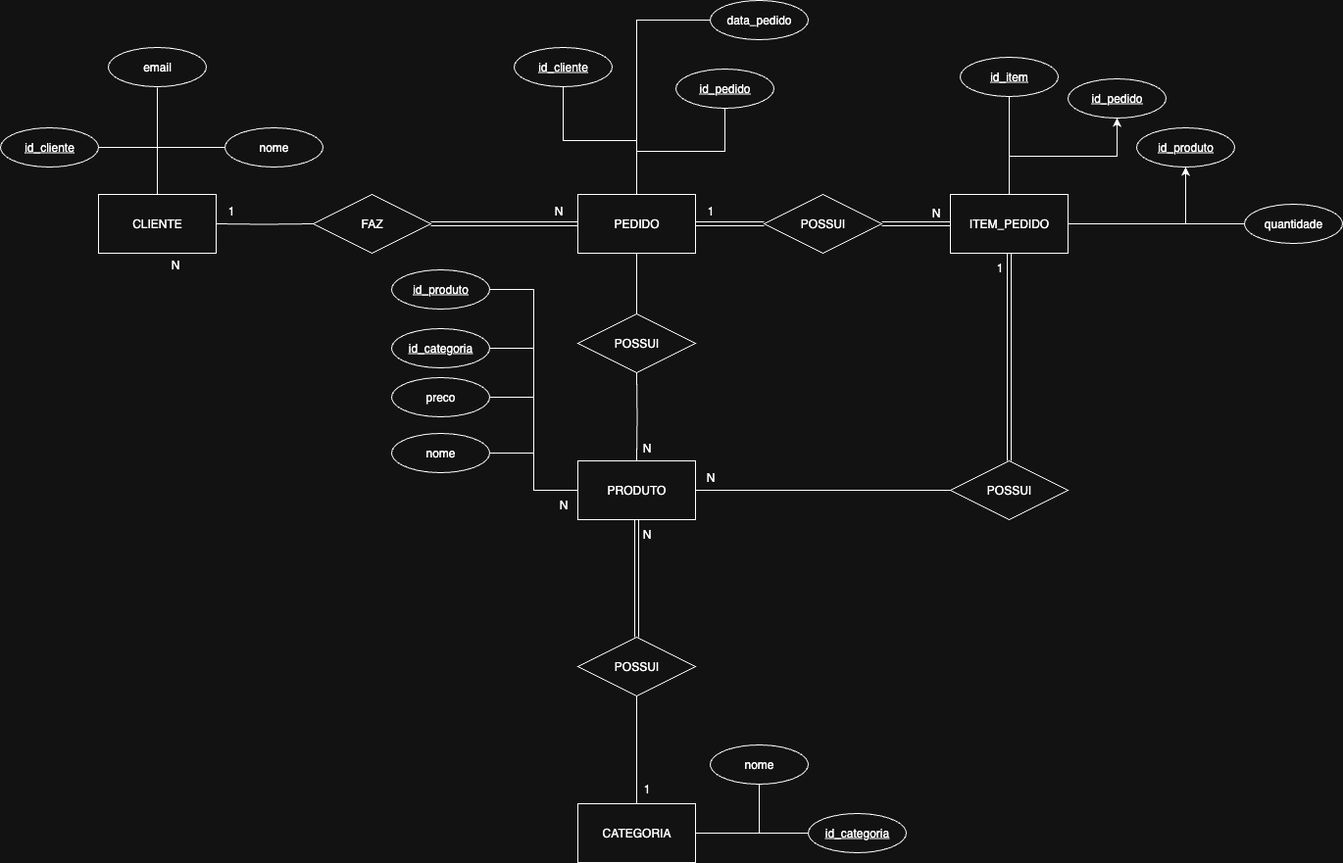
The draw.io diagram mer.png in iJacKP/bd-ristorante, before a commit. Source tidied: cells renumbered, new cells last; positions are measured from the earlier drawing's top-left corner, leaving out a move shared by most shapes. The source it was exported from:
```xml
<mxGraphModel>
  <root>
    <mxCell id="0" />
    <mxCell id="1" parent="0" />
    <mxCell id="2" style="edgeStyle=orthogonalEdgeStyle;rounded=0;jettySize=auto;html=1;entryX=1;entryY=0.5;entryDx=0;entryDy=0;endArrow=none;startFill=0;" parent="1" edge="1" source="4" target="44">
      <mxGeometry relative="1" as="geometry" />
    </mxCell>
    <mxCell id="3" style="edgeStyle=orthogonalEdgeStyle;rounded=0;jettySize=auto;html=1;endArrow=none;startFill=0;entryX=0;entryY=0.5;entryDx=0;entryDy=0;exitX=0.5;exitY=0;exitDx=0;exitDy=0;" parent="1" edge="1" source="4" target="5">
      <mxGeometry relative="1" as="geometry" />
    </mxCell>
    <mxCell id="4" value="CLIENTE" style="rounded=0;whiteSpace=wrap;html=1;" parent="1" vertex="1">
      <mxGeometry x="100" y="198" width="120" height="60" as="geometry" />
    </mxCell>
    <mxCell id="5" value="nome" style="ellipse;whiteSpace=wrap;html=1;align=center;" parent="1" vertex="1">
      <mxGeometry x="229" y="130" width="100" height="40" as="geometry" />
    </mxCell>
    <mxCell id="6" style="edgeStyle=orthogonalEdgeStyle;rounded=0;jettySize=auto;html=1;entryX=0.5;entryY=1;entryDx=0;entryDy=0;exitX=0.5;exitY=0;exitDx=0;exitDy=0;endArrow=none;startFill=0;" parent="1" edge="1" source="9" target="12">
      <mxGeometry relative="1" as="geometry" />
    </mxCell>
    <mxCell id="7" style="edgeStyle=orthogonalEdgeStyle;rounded=0;jettySize=auto;html=1;entryX=0;entryY=0.5;entryDx=0;entryDy=0;exitX=0.5;exitY=0;exitDx=0;exitDy=0;endArrow=none;startFill=0;" parent="1" edge="1" source="9" target="11">
      <mxGeometry relative="1" as="geometry" />
    </mxCell>
    <mxCell id="8" style="edgeStyle=orthogonalEdgeStyle;rounded=0;jettySize=auto;html=1;entryX=0.5;entryY=1;entryDx=0;entryDy=0;exitX=0.5;exitY=0;exitDx=0;exitDy=0;endArrow=none;startFill=0;" parent="1" edge="1" source="9" target="10">
      <mxGeometry relative="1" as="geometry" />
    </mxCell>
    <mxCell id="9" value="PEDIDO" style="rounded=0;whiteSpace=wrap;html=1;" parent="1" vertex="1">
      <mxGeometry x="589" y="198" width="120" height="60" as="geometry" />
    </mxCell>
    <mxCell id="10" value="&lt;u&gt;id_cliente&lt;/u&gt;" style="ellipse;whiteSpace=wrap;html=1;align=center;" parent="1" vertex="1">
      <mxGeometry x="524" y="48" width="100" height="40" as="geometry" />
    </mxCell>
    <mxCell id="11" value="data_pedido" style="ellipse;whiteSpace=wrap;html=1;align=center;" parent="1" vertex="1">
      <mxGeometry x="724" width="100" height="40" as="geometry" />
    </mxCell>
    <mxCell id="12" value="&lt;u&gt;id_pedido&lt;/u&gt;" style="ellipse;whiteSpace=wrap;html=1;align=center;" parent="1" vertex="1">
      <mxGeometry x="689" y="70" width="100" height="40" as="geometry" />
    </mxCell>
    <mxCell id="13" style="edgeStyle=orthogonalEdgeStyle;rounded=0;jettySize=auto;html=1;entryX=0;entryY=0.5;entryDx=0;entryDy=0;endArrow=none;startFill=0;" parent="1" edge="1" source="16" target="18">
      <mxGeometry relative="1" as="geometry" />
    </mxCell>
    <mxCell id="14" style="edgeStyle=orthogonalEdgeStyle;rounded=0;jettySize=auto;html=1;entryX=0.5;entryY=1;entryDx=0;entryDy=0;endArrow=none;startFill=0;exitX=1;exitY=0.5;exitDx=0;exitDy=0;" parent="1" edge="1" source="16" target="17">
      <mxGeometry relative="1" as="geometry" />
    </mxCell>
    <mxCell id="15" style="edgeStyle=orthogonalEdgeStyle;rounded=0;jettySize=auto;html=1;entryX=0.5;entryY=1;entryDx=0;entryDy=0;endArrow=none;startFill=0;" parent="1" edge="1" source="16" target="33">
      <mxGeometry relative="1" as="geometry" />
    </mxCell>
    <mxCell id="16" value="CATEGORIA" style="rounded=0;whiteSpace=wrap;html=1;" parent="1" vertex="1">
      <mxGeometry x="589" y="820" width="120" height="60" as="geometry" />
    </mxCell>
    <mxCell id="17" value="nome" style="ellipse;whiteSpace=wrap;html=1;align=center;" parent="1" vertex="1">
      <mxGeometry x="724" y="760" width="100" height="40" as="geometry" />
    </mxCell>
    <mxCell id="18" value="&lt;u&gt;id_categoria&lt;/u&gt;" style="ellipse;whiteSpace=wrap;html=1;align=center;" parent="1" vertex="1">
      <mxGeometry x="824" y="830" width="100" height="40" as="geometry" />
    </mxCell>
    <mxCell id="19" style="edgeStyle=orthogonalEdgeStyle;rounded=0;jettySize=auto;html=1;entryX=1;entryY=0.5;entryDx=0;entryDy=0;endArrow=none;startFill=0;" parent="1" edge="1" source="22" target="24">
      <mxGeometry relative="1" as="geometry" />
    </mxCell>
    <mxCell id="20" style="edgeStyle=orthogonalEdgeStyle;rounded=0;jettySize=auto;html=1;entryX=1;entryY=0.5;entryDx=0;entryDy=0;endArrow=none;startFill=0;" parent="1" edge="1" source="22" target="23">
      <mxGeometry relative="1" as="geometry" />
    </mxCell>
    <mxCell id="21" style="edgeStyle=orthogonalEdgeStyle;rounded=0;jettySize=auto;html=1;entryX=1;entryY=0.5;entryDx=0;entryDy=0;endArrow=none;startFill=0;" parent="1" edge="1" source="22" target="25">
      <mxGeometry relative="1" as="geometry" />
    </mxCell>
    <mxCell id="22" value="PRODUTO" style="rounded=0;whiteSpace=wrap;html=1;" parent="1" vertex="1">
      <mxGeometry x="589" y="470" width="120" height="60" as="geometry" />
    </mxCell>
    <mxCell id="23" value="&lt;u style=&quot;caret-color: rgba(0, 0, 0, 0);&quot;&gt;id_categoria&lt;/u&gt;" style="ellipse;whiteSpace=wrap;html=1;align=center;" parent="1" vertex="1">
      <mxGeometry x="399" y="335" width="100" height="40" as="geometry" />
    </mxCell>
    <mxCell id="24" value="&lt;u&gt;id_produto&lt;/u&gt;" style="ellipse;whiteSpace=wrap;html=1;align=center;" parent="1" vertex="1">
      <mxGeometry x="399" y="275" width="100" height="40" as="geometry" />
    </mxCell>
    <mxCell id="25" value="preco" style="ellipse;whiteSpace=wrap;html=1;align=center;" parent="1" vertex="1">
      <mxGeometry x="399" y="385" width="100" height="40" as="geometry" />
    </mxCell>
    <mxCell id="26" style="edgeStyle=orthogonalEdgeStyle;rounded=0;jettySize=auto;html=1;entryX=0;entryY=0.5;entryDx=0;entryDy=0;endArrow=none;startFill=0;exitX=1;exitY=0.5;exitDx=0;exitDy=0;" parent="1" edge="1" source="30" target="32">
      <mxGeometry relative="1" as="geometry" />
    </mxCell>
    <mxCell id="27" style="edgeStyle=orthogonalEdgeStyle;rounded=0;jettySize=auto;html=1;entryX=0.5;entryY=1;entryDx=0;entryDy=0;endArrow=none;startFill=0;" parent="1" edge="1" source="30" target="31">
      <mxGeometry relative="1" as="geometry" />
    </mxCell>
    <mxCell id="28" style="edgeStyle=orthogonalEdgeStyle;rounded=0;jettySize=auto;html=1;entryX=0.5;entryY=1;entryDx=0;entryDy=0;" parent="1" edge="1" source="30" target="51">
      <mxGeometry relative="1" as="geometry" />
    </mxCell>
    <mxCell id="29" style="edgeStyle=orthogonalEdgeStyle;rounded=0;jettySize=auto;html=1;entryX=0.5;entryY=1;entryDx=0;entryDy=0;" parent="1" edge="1" source="30" target="52">
      <mxGeometry relative="1" as="geometry" />
    </mxCell>
    <mxCell id="30" value="ITEM_PEDIDO" style="rounded=0;whiteSpace=wrap;html=1;" parent="1" vertex="1">
      <mxGeometry x="969" y="198" width="120" height="60" as="geometry" />
    </mxCell>
    <mxCell id="31" value="&lt;u style=&quot;caret-color: rgba(0, 0, 0, 0);&quot;&gt;id_item&lt;/u&gt;" style="ellipse;whiteSpace=wrap;html=1;align=center;" parent="1" vertex="1">
      <mxGeometry x="979" y="58" width="100" height="40" as="geometry" />
    </mxCell>
    <mxCell id="32" value="quantidade" style="ellipse;whiteSpace=wrap;html=1;align=center;" parent="1" vertex="1">
      <mxGeometry x="1269" y="208" width="100" height="40" as="geometry" />
    </mxCell>
    <mxCell id="33" value="POSSUI" style="shape=rhombus;perimeter=rhombusPerimeter;whiteSpace=wrap;html=1;align=center;" parent="1" vertex="1">
      <mxGeometry x="589" y="650" width="120" height="60" as="geometry" />
    </mxCell>
    <mxCell id="34" style="shape=link;html=1;rounded=0;exitX=0.5;exitY=1;exitDx=0;exitDy=0;entryX=0.5;entryY=0;entryDx=0;entryDy=0;" parent="1" edge="1" source="22" target="33">
      <mxGeometry relative="1" as="geometry" />
    </mxCell>
    <mxCell id="35" style="html=1;whiteSpace=wrap;align=right;verticalAlign=bottom;" parent="34" vertex="1">
      <mxGeometry x="1" relative="1" as="geometry" />
    </mxCell>
    <mxCell id="36" value="POSSUI" style="shape=rhombus;perimeter=rhombusPerimeter;whiteSpace=wrap;html=1;align=center;" parent="1" vertex="1">
      <mxGeometry x="589" y="320" width="120" height="60" as="geometry" />
    </mxCell>
    <mxCell id="37" style="edgeStyle=orthogonalEdgeStyle;rounded=0;jettySize=auto;html=1;entryX=0.5;entryY=0;entryDx=0;entryDy=0;endArrow=none;startFill=0;exitX=0.5;exitY=1;exitDx=0;exitDy=0;" parent="1" edge="1" source="9" target="36">
      <mxGeometry relative="1" as="geometry" />
    </mxCell>
    <mxCell id="38" style="edgeStyle=orthogonalEdgeStyle;rounded=0;jettySize=auto;html=1;endArrow=none;startFill=0;entryX=0.5;entryY=0;entryDx=0;entryDy=0;" parent="1" edge="1" target="22">
      <mxGeometry relative="1" as="geometry">
        <mxPoint x="649" y="380" as="sourcePoint" />
      </mxGeometry>
    </mxCell>
    <mxCell id="39" value="FAZ" style="shape=rhombus;perimeter=rhombusPerimeter;whiteSpace=wrap;html=1;align=center;" parent="1" vertex="1">
      <mxGeometry x="319" y="198" width="120" height="60" as="geometry" />
    </mxCell>
    <mxCell id="40" style="edgeStyle=orthogonalEdgeStyle;rounded=0;jettySize=auto;html=1;endArrow=none;startFill=0;entryX=1;entryY=0.5;entryDx=0;entryDy=0;" parent="1" edge="1" target="4">
      <mxGeometry relative="1" as="geometry">
        <mxPoint x="319" y="228" as="sourcePoint" />
      </mxGeometry>
    </mxCell>
    <mxCell id="41" value="1" style="text;html=1;align=center;verticalAlign=middle;strokeColor=none;fillColor=none;" parent="1" vertex="1">
      <mxGeometry x="644" y="790" width="30" height="30" as="geometry" />
    </mxCell>
    <mxCell id="42" value="N" style="text;html=1;align=center;verticalAlign=middle;strokeColor=none;fillColor=none;fontFamily=Helvetica;fontSize=12;fontColor=default;" parent="1" vertex="1">
      <mxGeometry x="644" y="530" width="30" height="30" as="geometry" />
    </mxCell>
    <mxCell id="43" value="N" style="text;html=1;align=center;verticalAlign=middle;strokeColor=none;fillColor=none;fontFamily=Helvetica;fontSize=12;fontColor=default;" parent="1" vertex="1">
      <mxGeometry x="644" y="442" width="30" height="30" as="geometry" />
    </mxCell>
    <mxCell id="44" value="&lt;u&gt;id_cliente&lt;/u&gt;" style="ellipse;whiteSpace=wrap;html=1;align=center;strokeColor=default;verticalAlign=middle;fontFamily=Helvetica;fontSize=12;fontColor=default;fillColor=default;" parent="1" vertex="1">
      <mxGeometry y="130" width="100" height="40" as="geometry" />
    </mxCell>
    <mxCell id="45" value="N" style="text;html=1;align=center;verticalAlign=middle;strokeColor=none;fillColor=none;" parent="1" vertex="1">
      <mxGeometry x="554" y="200" width="30" height="30" as="geometry" />
    </mxCell>
    <mxCell id="46" value="1" style="text;html=1;align=center;verticalAlign=middle;strokeColor=none;fillColor=none;" parent="1" vertex="1">
      <mxGeometry x="220" y="200" width="30" height="30" as="geometry" />
    </mxCell>
    <mxCell id="47" value="N" style="text;html=1;align=center;verticalAlign=middle;strokeColor=none;fillColor=none;" parent="1" vertex="1">
      <mxGeometry x="163" y="255" width="30" height="30" as="geometry" />
    </mxCell>
    <mxCell id="48" value="N" style="text;html=1;align=center;verticalAlign=middle;strokeColor=none;fillColor=none;" parent="1" vertex="1">
      <mxGeometry x="559" y="500" width="30" height="30" as="geometry" />
    </mxCell>
    <mxCell id="49" value="email" style="ellipse;whiteSpace=wrap;html=1;align=center;" parent="1" vertex="1">
      <mxGeometry x="110" y="48" width="100" height="40" as="geometry" />
    </mxCell>
    <mxCell id="50" style="edgeStyle=orthogonalEdgeStyle;rounded=0;jettySize=auto;html=1;endArrow=none;startFill=0;exitX=0.5;exitY=0;exitDx=0;exitDy=0;entryX=0.5;entryY=1;entryDx=0;entryDy=0;" parent="1" edge="1" source="4">
      <mxGeometry relative="1" as="geometry">
        <mxPoint x="160" y="89" as="targetPoint" />
      </mxGeometry>
    </mxCell>
    <mxCell id="51" value="&lt;u&gt;id_pedido&lt;/u&gt;" style="ellipse;whiteSpace=wrap;html=1;align=center;" parent="1" vertex="1">
      <mxGeometry x="1089" y="80" width="100" height="40" as="geometry" />
    </mxCell>
    <mxCell id="52" value="&lt;u&gt;id_produto&lt;/u&gt;" style="ellipse;whiteSpace=wrap;html=1;align=center;" parent="1" vertex="1">
      <mxGeometry x="1159" y="130" width="100" height="40" as="geometry" />
    </mxCell>
    <mxCell id="53" value="&lt;span style=&quot;caret-color: rgba(0, 0, 0, 0);&quot;&gt;nome&lt;/span&gt;" style="ellipse;whiteSpace=wrap;html=1;align=center;" parent="1" vertex="1">
      <mxGeometry x="399" y="442" width="100" height="40" as="geometry" />
    </mxCell>
    <mxCell id="54" style="edgeStyle=orthogonalEdgeStyle;rounded=0;jettySize=auto;html=1;entryX=1;entryY=0.5;entryDx=0;entryDy=0;endArrow=none;startFill=0;" parent="1" edge="1" target="53">
      <mxGeometry relative="1" as="geometry">
        <mxPoint x="589" y="495" as="sourcePoint" />
        <Array as="points">
          <mxPoint x="589" y="500" />
          <mxPoint x="544" y="500" />
          <mxPoint x="544" y="462" />
        </Array>
      </mxGeometry>
    </mxCell>
    <mxCell id="55" value="POSSUI" style="shape=rhombus;perimeter=rhombusPerimeter;whiteSpace=wrap;html=1;align=center;" parent="1" vertex="1">
      <mxGeometry x="969" y="470" width="120" height="60" as="geometry" />
    </mxCell>
    <mxCell id="56" style="edgeStyle=orthogonalEdgeStyle;rounded=0;jettySize=auto;html=1;endArrow=none;startFill=0;exitX=0;exitY=0.5;exitDx=0;exitDy=0;" parent="1" edge="1" source="55">
      <mxGeometry relative="1" as="geometry">
        <mxPoint x="709" y="500" as="targetPoint" />
      </mxGeometry>
    </mxCell>
    <mxCell id="57" value="POSSUI" style="shape=rhombus;perimeter=rhombusPerimeter;whiteSpace=wrap;html=1;align=center;" parent="1" vertex="1">
      <mxGeometry x="779" y="198" width="120" height="60" as="geometry" />
    </mxCell>
    <mxCell id="58" value="1" style="text;html=1;align=center;verticalAlign=middle;strokeColor=none;fillColor=none;" parent="1" vertex="1">
      <mxGeometry x="709" y="200" width="30" height="30" as="geometry" />
    </mxCell>
    <mxCell id="59" value="N" style="text;html=1;align=center;verticalAlign=middle;strokeColor=none;fillColor=none;" parent="1" vertex="1">
      <mxGeometry x="939" y="202" width="30" height="30" as="geometry" />
    </mxCell>
    <mxCell id="60" value="N" style="text;html=1;align=center;verticalAlign=middle;strokeColor=none;fillColor=none;" parent="1" vertex="1">
      <mxGeometry x="709" y="472" width="30" height="30" as="geometry" />
    </mxCell>
    <mxCell id="61" value="1" style="text;html=1;align=center;verticalAlign=middle;strokeColor=none;fillColor=none;" parent="1" vertex="1">
      <mxGeometry x="1004" y="258" width="30" height="30" as="geometry" />
    </mxCell>
    <mxCell id="62" style="shape=link;html=1;rounded=0;exitX=1;exitY=0.5;exitDx=0;exitDy=0;entryX=0;entryY=0.5;entryDx=0;entryDy=0;" parent="1" edge="1" source="39" target="9">
      <mxGeometry relative="1" as="geometry" />
    </mxCell>
    <mxCell id="63" style="html=1;whiteSpace=wrap;align=right;verticalAlign=bottom;" parent="62" vertex="1">
      <mxGeometry x="1" relative="1" as="geometry" />
    </mxCell>
    <mxCell id="64" style="shape=link;html=1;rounded=0;exitX=1;exitY=0.5;exitDx=0;exitDy=0;entryX=0;entryY=0.5;entryDx=0;entryDy=0;" parent="1" edge="1" source="9" target="57">
      <mxGeometry relative="1" as="geometry" />
    </mxCell>
    <mxCell id="65" style="html=1;whiteSpace=wrap;align=right;verticalAlign=bottom;" parent="64" vertex="1">
      <mxGeometry x="1" relative="1" as="geometry" />
    </mxCell>
    <mxCell id="66" style="shape=link;html=1;rounded=0;exitX=1;exitY=0.5;exitDx=0;exitDy=0;entryX=0;entryY=0.5;entryDx=0;entryDy=0;" parent="1" edge="1" source="57" target="30">
      <mxGeometry relative="1" as="geometry" />
    </mxCell>
    <mxCell id="67" style="html=1;whiteSpace=wrap;align=right;verticalAlign=bottom;" parent="66" vertex="1">
      <mxGeometry x="1" relative="1" as="geometry" />
    </mxCell>
    <mxCell id="68" style="shape=link;html=1;rounded=0;exitX=0.5;exitY=0;exitDx=0;exitDy=0;entryX=0.5;entryY=1;entryDx=0;entryDy=0;" parent="1" edge="1" source="55" target="30">
      <mxGeometry relative="1" as="geometry" />
    </mxCell>
    <mxCell id="69" style="html=1;whiteSpace=wrap;align=right;verticalAlign=bottom;" parent="68" vertex="1">
      <mxGeometry x="1" relative="1" as="geometry" />
    </mxCell>
  </root>
</mxGraphModel>
```
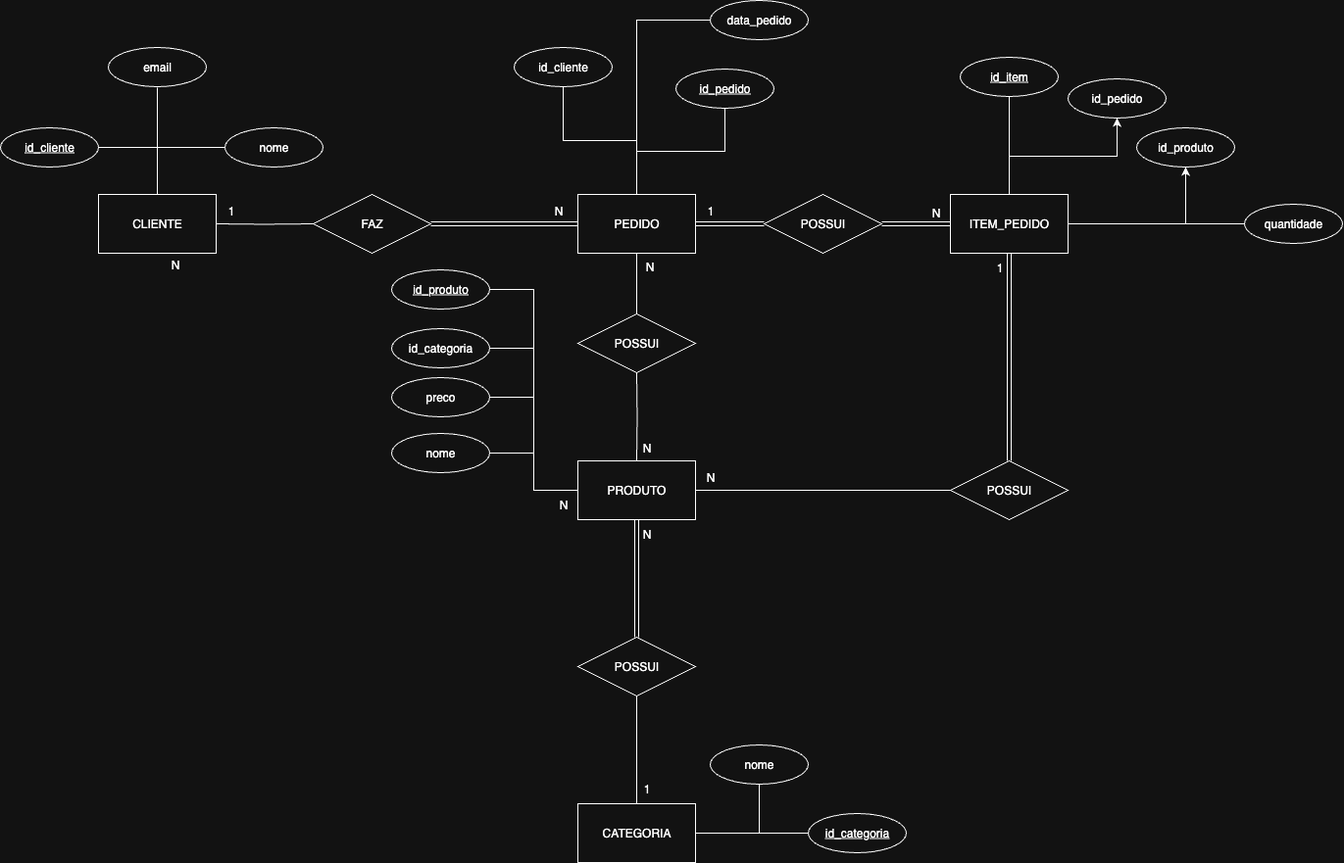
After the commit.

What changed in the source:
```diff
@@ -26,7 +26,7 @@
     <mxCell id="9" value="PEDIDO" style="rounded=0;whiteSpace=wrap;html=1;" parent="1" vertex="1">
       <mxGeometry x="589" y="198" width="120" height="60" as="geometry" />
     </mxCell>
-    <mxCell id="10" value="&lt;u&gt;id_cliente&lt;/u&gt;" style="ellipse;whiteSpace=wrap;html=1;align=center;" parent="1" vertex="1">
+    <mxCell id="10" value="id_cliente" style="ellipse;whiteSpace=wrap;html=1;align=center;" parent="1" vertex="1">
       <mxGeometry x="524" y="48" width="100" height="40" as="geometry" />
     </mxCell>
     <mxCell id="11" value="data_pedido" style="ellipse;whiteSpace=wrap;html=1;align=center;" parent="1" vertex="1">
@@ -65,7 +65,7 @@
     <mxCell id="22" value="PRODUTO" style="rounded=0;whiteSpace=wrap;html=1;" parent="1" vertex="1">
       <mxGeometry x="589" y="470" width="120" height="60" as="geometry" />
     </mxCell>
-    <mxCell id="23" value="&lt;u style=&quot;caret-color: rgba(0, 0, 0, 0);&quot;&gt;id_categoria&lt;/u&gt;" style="ellipse;whiteSpace=wrap;html=1;align=center;" parent="1" vertex="1">
+    <mxCell id="23" value="&lt;span style=&quot;caret-color: rgba(0, 0, 0, 0);&quot;&gt;id_categoria&lt;/span&gt;" style="ellipse;whiteSpace=wrap;html=1;align=center;" parent="1" vertex="1">
       <mxGeometry x="399" y="335" width="100" height="40" as="geometry" />
     </mxCell>
     <mxCell id="24" value="&lt;u&gt;id_produto&lt;/u&gt;" style="ellipse;whiteSpace=wrap;html=1;align=center;" parent="1" vertex="1">
@@ -155,10 +155,10 @@
         <mxPoint x="160" y="89" as="targetPoint" />
       </mxGeometry>
     </mxCell>
-    <mxCell id="51" value="&lt;u&gt;id_pedido&lt;/u&gt;" style="ellipse;whiteSpace=wrap;html=1;align=center;" parent="1" vertex="1">
+    <mxCell id="51" value="id_pedido" style="ellipse;whiteSpace=wrap;html=1;align=center;" parent="1" vertex="1">
       <mxGeometry x="1089" y="80" width="100" height="40" as="geometry" />
     </mxCell>
-    <mxCell id="52" value="&lt;u&gt;id_produto&lt;/u&gt;" style="ellipse;whiteSpace=wrap;html=1;align=center;" parent="1" vertex="1">
+    <mxCell id="52" value="id_produto" style="ellipse;whiteSpace=wrap;html=1;align=center;" parent="1" vertex="1">
       <mxGeometry x="1159" y="130" width="100" height="40" as="geometry" />
     </mxCell>
     <mxCell id="53" value="&lt;span style=&quot;caret-color: rgba(0, 0, 0, 0);&quot;&gt;nome&lt;/span&gt;" style="ellipse;whiteSpace=wrap;html=1;align=center;" parent="1" vertex="1">
@@ -221,5 +221,8 @@
     <mxCell id="69" style="html=1;whiteSpace=wrap;align=right;verticalAlign=bottom;" parent="68" vertex="1">
       <mxGeometry x="1" relative="1" as="geometry" />
     </mxCell>
+    <mxCell id="70" value="N" style="text;html=1;align=center;verticalAlign=middle;strokeColor=none;fillColor=none;fontFamily=Helvetica;fontSize=12;fontColor=default;" parent="1" vertex="1">
+      <mxGeometry x="647" y="257" width="30" height="30" as="geometry" />
+    </mxCell>
   </root>
 </mxGraphModel>
```
